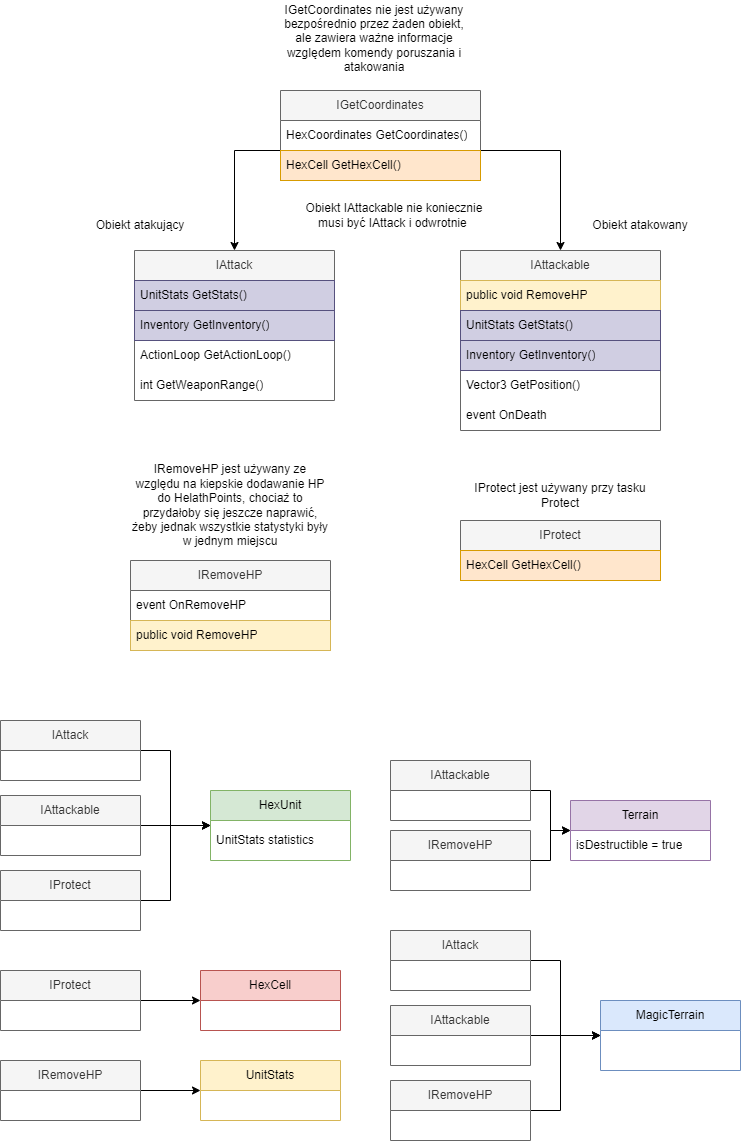
This is Diagrams/Interfejsy (1).png from Netherman2440/HelpfulCode, a draw.io export, as it was before one commit. Source tidied: cells renumbered, new cells last; positions are measured from the earlier drawing's top-left corner, leaving out a move shared by most shapes. Its diagram source:
```xml
<mxGraphModel>
  <root>
    <mxCell id="0" />
    <mxCell id="1" parent="0" />
    <mxCell id="2" value="IProtect" style="swimlane;fontStyle=0;horizontal=1;startSize=30;whiteSpace=wrap;html=1;fillColor=#f5f5f5;fontColor=#333333;strokeColor=#666666;" parent="1" vertex="1">
      <mxGeometry x="460" y="520" width="200" height="60" as="geometry" />
    </mxCell>
    <mxCell id="3" value="HexCell GetHexCell()" style="text;align=left;verticalAlign=middle;spacingLeft=4;spacingRight=4;overflow=hidden;whiteSpace=wrap;html=1;fillColor=#ffe6cc;strokeColor=#d79b00;" parent="2" vertex="1">
      <mxGeometry y="30" width="200" height="30" as="geometry" />
    </mxCell>
    <mxCell id="4" value="IAttack" style="swimlane;fontStyle=0;horizontal=1;startSize=30;whiteSpace=wrap;html=1;fillColor=#f5f5f5;fontColor=#333333;strokeColor=#666666;" parent="1" vertex="1">
      <mxGeometry x="134" y="250" width="200" height="150" as="geometry" />
    </mxCell>
    <mxCell id="5" value="UnitStats GetStats()" style="text;strokeColor=#56517e;fillColor=#d0cee2;align=left;verticalAlign=middle;spacingLeft=4;spacingRight=4;overflow=hidden;whiteSpace=wrap;html=1;" parent="4" vertex="1">
      <mxGeometry y="30" width="200" height="30" as="geometry" />
    </mxCell>
    <mxCell id="6" value="Inventory GetInventory()" style="text;strokeColor=#56517e;fillColor=#d0cee2;align=left;verticalAlign=middle;spacingLeft=4;spacingRight=4;overflow=hidden;whiteSpace=wrap;html=1;" parent="4" vertex="1">
      <mxGeometry y="60" width="200" height="30" as="geometry" />
    </mxCell>
    <mxCell id="7" value="ActionLoop GetActionLoop()" style="text;strokeColor=none;fillColor=none;align=left;verticalAlign=middle;spacingLeft=4;spacingRight=4;overflow=hidden;whiteSpace=wrap;html=1;" parent="4" vertex="1">
      <mxGeometry y="90" width="200" height="30" as="geometry" />
    </mxCell>
    <mxCell id="8" value="int GetWeaponRange()" style="text;strokeColor=none;fillColor=none;align=left;verticalAlign=middle;spacingLeft=4;spacingRight=4;overflow=hidden;whiteSpace=wrap;html=1;" parent="4" vertex="1">
      <mxGeometry y="120" width="200" height="30" as="geometry" />
    </mxCell>
    <mxCell id="9" value="IAttackable&lt;br&gt;" style="swimlane;fontStyle=0;horizontal=1;startSize=30;whiteSpace=wrap;html=1;fillColor=#f5f5f5;fontColor=#333333;strokeColor=#666666;" parent="1" vertex="1">
      <mxGeometry x="460" y="250" width="200" height="180" as="geometry" />
    </mxCell>
    <mxCell id="10" value="public void RemoveHP" style="text;align=left;verticalAlign=middle;spacingLeft=4;spacingRight=4;overflow=hidden;whiteSpace=wrap;html=1;fillColor=#fff2cc;strokeColor=#d6b656;" parent="9" vertex="1">
      <mxGeometry y="30" width="200" height="30" as="geometry" />
    </mxCell>
    <mxCell id="11" value="UnitStats GetStats()" style="text;strokeColor=#56517e;fillColor=#d0cee2;align=left;verticalAlign=middle;spacingLeft=4;spacingRight=4;overflow=hidden;whiteSpace=wrap;html=1;" parent="9" vertex="1">
      <mxGeometry y="60" width="200" height="30" as="geometry" />
    </mxCell>
    <mxCell id="12" value="Inventory GetInventory()" style="text;fillColor=#d0cee2;align=left;verticalAlign=middle;spacingLeft=4;spacingRight=4;overflow=hidden;whiteSpace=wrap;html=1;strokeColor=#56517e;" parent="9" vertex="1">
      <mxGeometry y="90" width="200" height="30" as="geometry" />
    </mxCell>
    <mxCell id="13" value="Vector3 GetPosition()" style="text;strokeColor=none;fillColor=none;align=left;verticalAlign=middle;spacingLeft=4;spacingRight=4;overflow=hidden;whiteSpace=wrap;html=1;" parent="9" vertex="1">
      <mxGeometry y="120" width="200" height="30" as="geometry" />
    </mxCell>
    <mxCell id="14" value="event OnDeath" style="text;strokeColor=none;fillColor=none;align=left;verticalAlign=middle;spacingLeft=4;spacingRight=4;overflow=hidden;whiteSpace=wrap;html=1;" parent="9" vertex="1">
      <mxGeometry y="150" width="200" height="30" as="geometry" />
    </mxCell>
    <mxCell id="15" value="IRemoveHP" style="swimlane;fontStyle=0;horizontal=1;startSize=30;whiteSpace=wrap;html=1;fillColor=#f5f5f5;fontColor=#333333;strokeColor=#666666;" parent="1" vertex="1">
      <mxGeometry x="130" y="560" width="200" height="90" as="geometry" />
    </mxCell>
    <mxCell id="16" value="event OnRemoveHP" style="text;strokeColor=none;fillColor=none;align=left;verticalAlign=middle;spacingLeft=4;spacingRight=4;overflow=hidden;whiteSpace=wrap;html=1;" parent="15" vertex="1">
      <mxGeometry y="30" width="200" height="30" as="geometry" />
    </mxCell>
    <mxCell id="17" value="public void RemoveHP" style="text;strokeColor=#d6b656;fillColor=#fff2cc;align=left;verticalAlign=middle;spacingLeft=4;spacingRight=4;overflow=hidden;whiteSpace=wrap;html=1;" parent="15" vertex="1">
      <mxGeometry y="60" width="200" height="30" as="geometry" />
    </mxCell>
    <mxCell id="18" style="edgeStyle=orthogonalEdgeStyle;rounded=0;jettySize=auto;html=1;entryX=0.5;entryY=0;entryDx=0;entryDy=0;" parent="1" edge="1" source="20" target="4">
      <mxGeometry relative="1" as="geometry">
        <Array as="points">
          <mxPoint x="234" y="150" />
        </Array>
      </mxGeometry>
    </mxCell>
    <mxCell id="19" style="edgeStyle=orthogonalEdgeStyle;rounded=0;jettySize=auto;html=1;entryX=0.5;entryY=0;entryDx=0;entryDy=0;" parent="1" edge="1" source="20" target="9">
      <mxGeometry relative="1" as="geometry">
        <Array as="points">
          <mxPoint x="560" y="150" />
        </Array>
      </mxGeometry>
    </mxCell>
    <mxCell id="20" value="IGetCoordinates" style="swimlane;fontStyle=0;horizontal=1;startSize=30;whiteSpace=wrap;html=1;fillColor=#f5f5f5;fontColor=#333333;strokeColor=#666666;" parent="1" vertex="1">
      <mxGeometry x="280" y="90" width="200" height="90" as="geometry" />
    </mxCell>
    <mxCell id="21" value="HexCoordinates GetCoordinates()" style="text;align=left;verticalAlign=middle;spacingLeft=4;spacingRight=4;overflow=hidden;whiteSpace=wrap;html=1;" parent="20" vertex="1">
      <mxGeometry y="30" width="200" height="30" as="geometry" />
    </mxCell>
    <mxCell id="22" value="HexCell GetHexCell()" style="text;align=left;verticalAlign=middle;spacingLeft=4;spacingRight=4;overflow=hidden;whiteSpace=wrap;html=1;fillColor=#ffe6cc;strokeColor=#d79b00;" parent="20" vertex="1">
      <mxGeometry y="60" width="200" height="30" as="geometry" />
    </mxCell>
    <mxCell id="23" style="edgeStyle=orthogonalEdgeStyle;rounded=0;jettySize=auto;html=1;" parent="1" edge="1" source="24" target="27">
      <mxGeometry relative="1" as="geometry">
        <Array as="points">
          <mxPoint x="170" y="750" />
          <mxPoint x="170" y="825" />
        </Array>
      </mxGeometry>
    </mxCell>
    <mxCell id="24" value="IAttack" style="swimlane;fontStyle=0;horizontal=1;startSize=30;whiteSpace=wrap;html=1;fillColor=#f5f5f5;fontColor=#333333;strokeColor=#666666;" parent="1" vertex="1">
      <mxGeometry y="720" width="140" height="60" as="geometry" />
    </mxCell>
    <mxCell id="25" style="edgeStyle=orthogonalEdgeStyle;rounded=0;jettySize=auto;html=1;" parent="1" edge="1" source="26" target="27">
      <mxGeometry relative="1" as="geometry" />
    </mxCell>
    <mxCell id="26" value="IAttackable" style="swimlane;fontStyle=0;horizontal=1;startSize=30;whiteSpace=wrap;html=1;fillColor=#f5f5f5;fontColor=#333333;strokeColor=#666666;" parent="1" vertex="1">
      <mxGeometry y="795" width="140" height="60" as="geometry" />
    </mxCell>
    <mxCell id="27" value="HexUnit" style="swimlane;fontStyle=0;horizontal=1;startSize=30;whiteSpace=wrap;html=1;fillColor=#d5e8d4;strokeColor=#82b366;" parent="1" vertex="1">
      <mxGeometry x="210" y="790" width="140" height="70" as="geometry" />
    </mxCell>
    <mxCell id="28" value="UnitStats statistics" style="text;align=left;verticalAlign=middle;spacingLeft=4;spacingRight=4;overflow=hidden;whiteSpace=wrap;html=1;" parent="27" vertex="1">
      <mxGeometry y="30" width="140" height="40" as="geometry" />
    </mxCell>
    <mxCell id="29" value="Terrain" style="swimlane;fontStyle=0;horizontal=1;startSize=30;whiteSpace=wrap;html=1;fillColor=#e1d5e7;strokeColor=#9673a6;" parent="1" vertex="1">
      <mxGeometry x="570" y="800" width="140" height="60" as="geometry" />
    </mxCell>
    <mxCell id="30" value="isDestructible = true" style="text;strokeColor=none;fillColor=none;align=left;verticalAlign=middle;spacingLeft=4;spacingRight=4;overflow=hidden;whiteSpace=wrap;html=1;" parent="29" vertex="1">
      <mxGeometry y="30" width="140" height="30" as="geometry" />
    </mxCell>
    <mxCell id="31" style="edgeStyle=orthogonalEdgeStyle;rounded=0;jettySize=auto;html=1;entryX=0;entryY=0.5;entryDx=0;entryDy=0;" parent="1" edge="1" source="32" target="29">
      <mxGeometry relative="1" as="geometry" />
    </mxCell>
    <mxCell id="32" value="IAttackable" style="swimlane;fontStyle=0;horizontal=1;startSize=30;whiteSpace=wrap;html=1;fillColor=#f5f5f5;fontColor=#333333;strokeColor=#666666;" parent="1" vertex="1">
      <mxGeometry x="390" y="760" width="140" height="60" as="geometry" />
    </mxCell>
    <mxCell id="33" value="IProtect jest używany przy tasku Protect" style="text;html=1;strokeColor=none;fillColor=none;align=center;verticalAlign=middle;whiteSpace=wrap;rounded=0;" parent="1" vertex="1">
      <mxGeometry x="460" y="480" width="200" height="30" as="geometry" />
    </mxCell>
    <mxCell id="34" value="HexCell" style="swimlane;fontStyle=0;horizontal=1;startSize=30;whiteSpace=wrap;html=1;fillColor=#f8cecc;strokeColor=#b85450;" parent="1" vertex="1">
      <mxGeometry x="200" y="970" width="140" height="60" as="geometry" />
    </mxCell>
    <mxCell id="35" style="edgeStyle=orthogonalEdgeStyle;rounded=0;jettySize=auto;html=1;entryX=0;entryY=0.5;entryDx=0;entryDy=0;" parent="1" edge="1" source="36" target="29">
      <mxGeometry relative="1" as="geometry" />
    </mxCell>
    <mxCell id="36" value="IRemoveHP" style="swimlane;fontStyle=0;horizontal=1;startSize=30;whiteSpace=wrap;html=1;fillColor=#f5f5f5;fontColor=#333333;strokeColor=#666666;" parent="1" vertex="1">
      <mxGeometry x="390" y="830" width="140" height="60" as="geometry" />
    </mxCell>
    <mxCell id="37" style="edgeStyle=orthogonalEdgeStyle;rounded=0;jettySize=auto;html=1;entryX=0;entryY=0.5;entryDx=0;entryDy=0;" parent="1" edge="1" source="38" target="34">
      <mxGeometry relative="1" as="geometry" />
    </mxCell>
    <mxCell id="38" value="IProtect&lt;br&gt;" style="swimlane;fontStyle=0;horizontal=1;startSize=30;whiteSpace=wrap;html=1;fillColor=#f5f5f5;fontColor=#333333;strokeColor=#666666;" parent="1" vertex="1">
      <mxGeometry y="970" width="140" height="60" as="geometry" />
    </mxCell>
    <mxCell id="39" style="edgeStyle=orthogonalEdgeStyle;rounded=0;jettySize=auto;html=1;" parent="1" edge="1" source="40" target="27">
      <mxGeometry relative="1" as="geometry">
        <Array as="points">
          <mxPoint x="170" y="900" />
          <mxPoint x="170" y="825" />
        </Array>
      </mxGeometry>
    </mxCell>
    <mxCell id="40" value="IProtect&lt;br&gt;" style="swimlane;fontStyle=0;horizontal=1;startSize=30;whiteSpace=wrap;html=1;fillColor=#f5f5f5;fontColor=#333333;strokeColor=#666666;" parent="1" vertex="1">
      <mxGeometry y="870" width="140" height="60" as="geometry" />
    </mxCell>
    <mxCell id="41" style="edgeStyle=orthogonalEdgeStyle;rounded=0;jettySize=auto;html=1;" parent="1" edge="1" source="42" target="45">
      <mxGeometry relative="1" as="geometry">
        <Array as="points">
          <mxPoint x="560" y="960" />
          <mxPoint x="560" y="1035" />
        </Array>
      </mxGeometry>
    </mxCell>
    <mxCell id="42" value="IAttack" style="swimlane;fontStyle=0;horizontal=1;startSize=30;whiteSpace=wrap;html=1;fillColor=#f5f5f5;fontColor=#333333;strokeColor=#666666;" parent="1" vertex="1">
      <mxGeometry x="390" y="930" width="140" height="60" as="geometry" />
    </mxCell>
    <mxCell id="43" style="edgeStyle=orthogonalEdgeStyle;rounded=0;jettySize=auto;html=1;" parent="1" edge="1" source="44" target="45">
      <mxGeometry relative="1" as="geometry" />
    </mxCell>
    <mxCell id="44" value="IAttackable" style="swimlane;fontStyle=0;horizontal=1;startSize=30;whiteSpace=wrap;html=1;fillColor=#f5f5f5;fontColor=#333333;strokeColor=#666666;" parent="1" vertex="1">
      <mxGeometry x="390" y="1005" width="140" height="60" as="geometry" />
    </mxCell>
    <mxCell id="45" value="MagicTerrain" style="swimlane;fontStyle=0;horizontal=1;startSize=30;whiteSpace=wrap;html=1;fillColor=#dae8fc;strokeColor=#6c8ebf;" parent="1" vertex="1">
      <mxGeometry x="600" y="1000" width="140" height="70" as="geometry" />
    </mxCell>
    <mxCell id="46" style="edgeStyle=orthogonalEdgeStyle;rounded=0;jettySize=auto;html=1;" parent="1" edge="1" source="47" target="45">
      <mxGeometry relative="1" as="geometry">
        <Array as="points">
          <mxPoint x="560" y="1110" />
          <mxPoint x="560" y="1035" />
        </Array>
      </mxGeometry>
    </mxCell>
    <mxCell id="47" value="IRemoveHP" style="swimlane;fontStyle=0;horizontal=1;startSize=30;whiteSpace=wrap;html=1;fillColor=#f5f5f5;fontColor=#333333;strokeColor=#666666;" parent="1" vertex="1">
      <mxGeometry x="390" y="1080" width="140" height="60" as="geometry" />
    </mxCell>
    <mxCell id="48" value="UnitStats" style="swimlane;fontStyle=0;horizontal=1;startSize=30;whiteSpace=wrap;html=1;fillColor=#fff2cc;strokeColor=#d6b656;" parent="1" vertex="1">
      <mxGeometry x="200" y="1060" width="140" height="60" as="geometry" />
    </mxCell>
    <mxCell id="49" style="edgeStyle=orthogonalEdgeStyle;rounded=0;jettySize=auto;html=1;entryX=0;entryY=0.5;entryDx=0;entryDy=0;" parent="1" edge="1" source="50" target="48">
      <mxGeometry relative="1" as="geometry" />
    </mxCell>
    <mxCell id="50" value="IRemoveHP" style="swimlane;fontStyle=0;horizontal=1;startSize=30;whiteSpace=wrap;html=1;fillColor=#f5f5f5;fontColor=#333333;strokeColor=#666666;" parent="1" vertex="1">
      <mxGeometry y="1060" width="140" height="60" as="geometry" />
    </mxCell>
    <mxCell id="51" value="IRemoveHP jest używany ze względu na kiepskie dodawanie HP do HelathPoints, chociaż to przydałoby się jeszcze naprawić, żeby jednak wszystkie statystyki były w jednym miejscu" style="text;html=1;strokeColor=none;fillColor=none;align=center;verticalAlign=middle;whiteSpace=wrap;rounded=0;" parent="1" vertex="1">
      <mxGeometry x="130" y="450" width="200" height="110" as="geometry" />
    </mxCell>
    <mxCell id="52" value="IGetCoordinates nie jest używany bezpośrednio przez żaden obiekt, ale zawiera ważne informacje względem komendy poruszania i atakowania" style="text;html=1;strokeColor=none;fillColor=none;align=center;verticalAlign=middle;whiteSpace=wrap;rounded=0;" parent="1" vertex="1">
      <mxGeometry x="274" width="200" height="75" as="geometry" />
    </mxCell>
    <mxCell id="53" value="Obiekt IAttackable nie koniecznie musi być IAttack i odwrotnie&amp;nbsp;" style="text;html=1;strokeColor=none;fillColor=none;align=center;verticalAlign=middle;whiteSpace=wrap;rounded=0;" parent="1" vertex="1">
      <mxGeometry x="294" y="190" width="200" height="50" as="geometry" />
    </mxCell>
    <mxCell id="54" value="Obiekt atakowany" style="text;html=1;strokeColor=none;fillColor=none;align=center;verticalAlign=middle;whiteSpace=wrap;rounded=0;" parent="1" vertex="1">
      <mxGeometry x="540" y="200" width="200" height="50" as="geometry" />
    </mxCell>
    <mxCell id="55" value="Obiekt atakujący" style="text;html=1;strokeColor=none;fillColor=none;align=center;verticalAlign=middle;whiteSpace=wrap;rounded=0;" parent="1" vertex="1">
      <mxGeometry x="40" y="200" width="200" height="50" as="geometry" />
    </mxCell>
  </root>
</mxGraphModel>
```
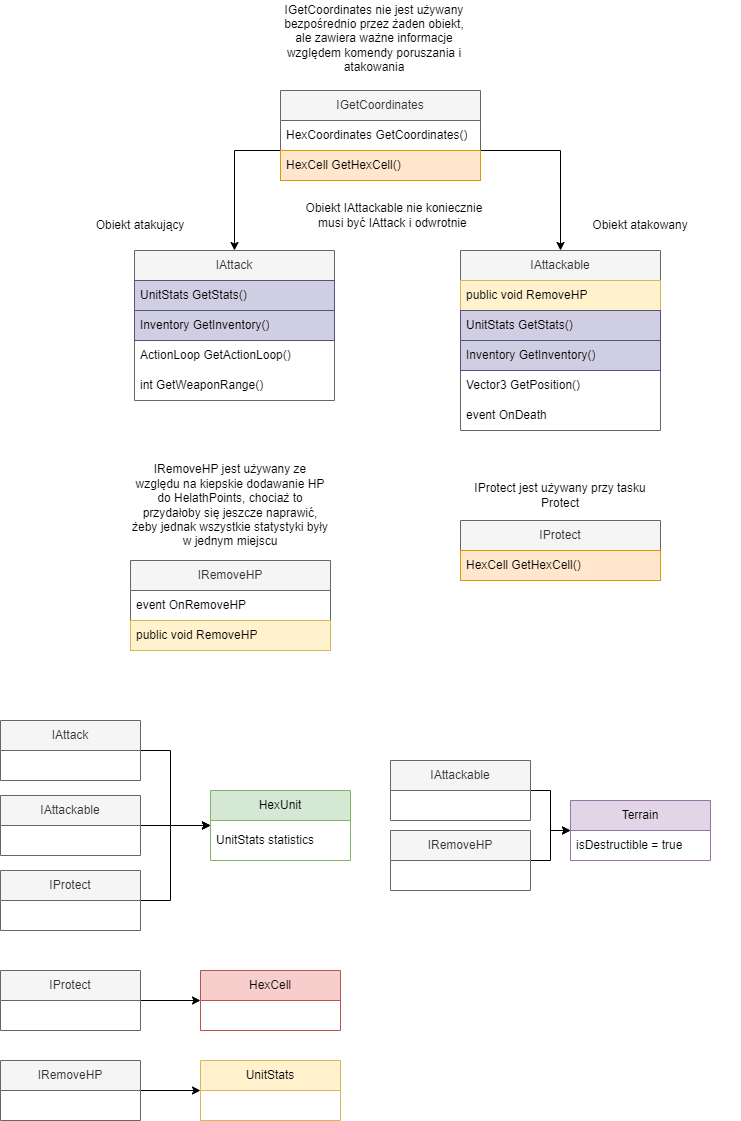
After the change.

Diff of the diagram source:
```diff
@@ -137,37 +137,6 @@
     <mxCell id="40" value="IProtect&lt;br&gt;" style="swimlane;fontStyle=0;horizontal=1;startSize=30;whiteSpace=wrap;html=1;fillColor=#f5f5f5;fontColor=#333333;strokeColor=#666666;" parent="1" vertex="1">
       <mxGeometry y="870" width="140" height="60" as="geometry" />
     </mxCell>
-    <mxCell id="41" style="edgeStyle=orthogonalEdgeStyle;rounded=0;jettySize=auto;html=1;" parent="1" edge="1" source="42" target="45">
-      <mxGeometry relative="1" as="geometry">
-        <Array as="points">
-          <mxPoint x="560" y="960" />
-          <mxPoint x="560" y="1035" />
-        </Array>
-      </mxGeometry>
-    </mxCell>
-    <mxCell id="42" value="IAttack" style="swimlane;fontStyle=0;horizontal=1;startSize=30;whiteSpace=wrap;html=1;fillColor=#f5f5f5;fontColor=#333333;strokeColor=#666666;" parent="1" vertex="1">
-      <mxGeometry x="390" y="930" width="140" height="60" as="geometry" />
-    </mxCell>
-    <mxCell id="43" style="edgeStyle=orthogonalEdgeStyle;rounded=0;jettySize=auto;html=1;" parent="1" edge="1" source="44" target="45">
-      <mxGeometry relative="1" as="geometry" />
-    </mxCell>
-    <mxCell id="44" value="IAttackable" style="swimlane;fontStyle=0;horizontal=1;startSize=30;whiteSpace=wrap;html=1;fillColor=#f5f5f5;fontColor=#333333;strokeColor=#666666;" parent="1" vertex="1">
-      <mxGeometry x="390" y="1005" width="140" height="60" as="geometry" />
-    </mxCell>
-    <mxCell id="45" value="MagicTerrain" style="swimlane;fontStyle=0;horizontal=1;startSize=30;whiteSpace=wrap;html=1;fillColor=#dae8fc;strokeColor=#6c8ebf;" parent="1" vertex="1">
-      <mxGeometry x="600" y="1000" width="140" height="70" as="geometry" />
-    </mxCell>
-    <mxCell id="46" style="edgeStyle=orthogonalEdgeStyle;rounded=0;jettySize=auto;html=1;" parent="1" edge="1" source="47" target="45">
-      <mxGeometry relative="1" as="geometry">
-        <Array as="points">
-          <mxPoint x="560" y="1110" />
-          <mxPoint x="560" y="1035" />
-        </Array>
-      </mxGeometry>
-    </mxCell>
-    <mxCell id="47" value="IRemoveHP" style="swimlane;fontStyle=0;horizontal=1;startSize=30;whiteSpace=wrap;html=1;fillColor=#f5f5f5;fontColor=#333333;strokeColor=#666666;" parent="1" vertex="1">
-      <mxGeometry x="390" y="1080" width="140" height="60" as="geometry" />
-    </mxCell>
     <mxCell id="48" value="UnitStats" style="swimlane;fontStyle=0;horizontal=1;startSize=30;whiteSpace=wrap;html=1;fillColor=#fff2cc;strokeColor=#d6b656;" parent="1" vertex="1">
       <mxGeometry x="200" y="1060" width="140" height="60" as="geometry" />
     </mxCell>
```
